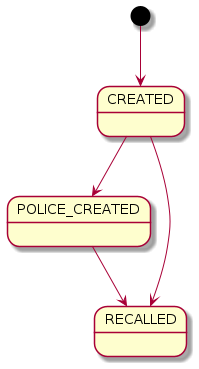
The PlantUML diagram img/LangRef-Aggregate_Sample-StateDiagram.png in ContextMapper/contextmapper.github.io, before a commit. The source it was exported from:
```plantuml
@startuml

skinparam componentStyle uml2

POLICE_CREATED :
CREATED :
RECALLED :
[*] --> CREATED
CREATED --> POLICE_CREATED
POLICE_CREATED --> RECALLED
CREATED --> RECALLED


@enduml
```
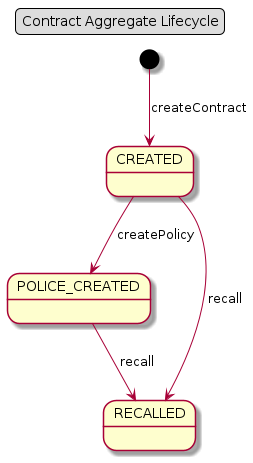
The same file after the commit.

The edit, as a diff of the source:
```diff
@@ -5,10 +5,14 @@
 POLICE_CREATED :
 CREATED :
 RECALLED :
-[*] --> CREATED
-CREATED --> POLICE_CREATED
-POLICE_CREATED --> RECALLED
-CREATED --> RECALLED
+[*] --> CREATED : createContract
+CREATED --> POLICE_CREATED : createPolicy
+POLICE_CREATED --> RECALLED : recall
+CREATED --> RECALLED : recall
 
 
+legend top center
+  Contract Aggregate Lifecycle
+endlegend
+
 @enduml
```
